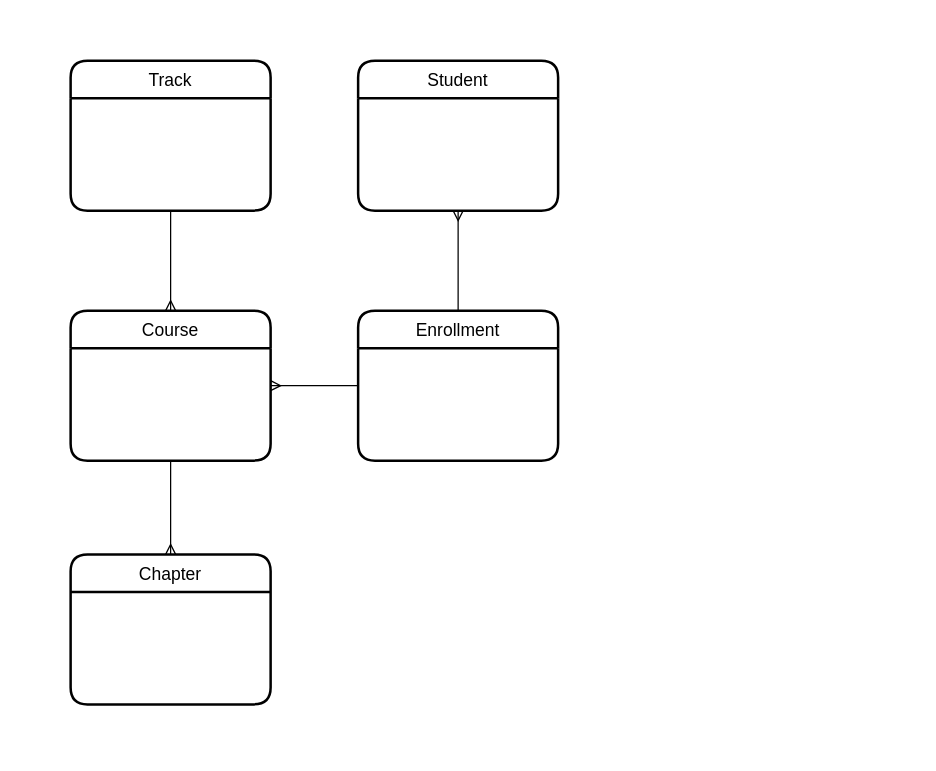
Above: design/erd.drawio in gary-alway/sir-learn-a-lot (draw.io), before the change. Source tidied: cells renumbered, new cells numbered last; positions are measured from the earlier drawing's top-left corner, leaving out a move shared by most shapes. Both pictures are drawn from the tidied source at 125%, with x=0, y=0 at pixel (70, 60).
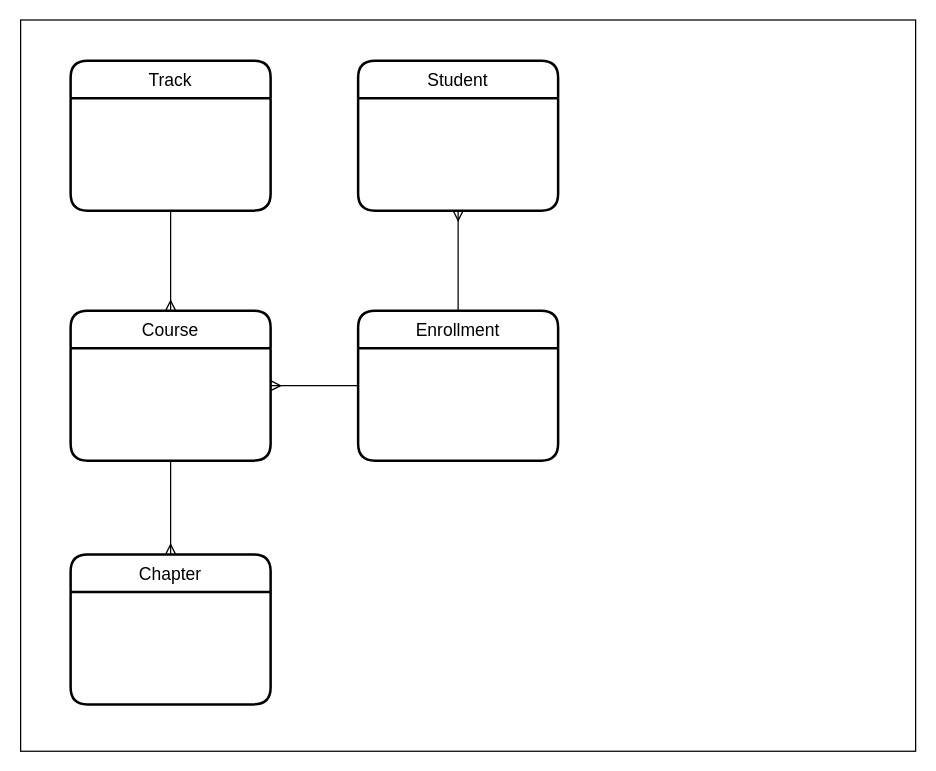
The same diagram, later.

The edit, as a diff of the source:
```diff
@@
 <mxGraphModel background="#ffffff">
   <root>
     <mxCell id="0" />
     <mxCell id="1" parent="0" />
+    <mxCell id="12" style="rounded=0;whiteSpace=wrap;html=1;fillColor=#FFFFFF;" parent="1" vertex="1">
+      <mxGeometry x="-40" y="-32.5" width="716" height="585" as="geometry" />
+    </mxCell>
     <mxCell id="2" style="edgeStyle=orthogonalEdgeStyle;rounded=0;jettySize=auto;html=1;exitX=0.5;exitY=1;exitDx=0;exitDy=0;entryX=0.5;entryY=0;entryDx=0;entryDy=0;startArrow=none;startFill=0;endArrow=ERmany;endFill=0;strokeColor=#000000;" parent="1" edge="1" source="3" target="6">
       <mxGeometry relative="1" as="geometry" />
     </mxCell>
     <mxCell id="3" value="Track" style="swimlane;horizontal=1;startSize=30;rounded=1;fontSize=14;fontStyle=0;strokeWidth=2;shadow=0;dashed=0;align=center;strokeColor=#000000;" parent="1" vertex="1">
       <mxGeometry width="160" height="120" as="geometry" />
     </mxCell>
     <mxCell id="4" style="edgeStyle=orthogonalEdgeStyle;rounded=0;jettySize=auto;html=1;exitX=0.5;exitY=1;exitDx=0;exitDy=0;entryX=0.5;entryY=0;entryDx=0;entryDy=0;startArrow=none;startFill=0;endArrow=ERmany;endFill=0;strokeColor=#000000;" parent="1" edge="1" source="6" target="7">
       <mxGeometry relative="1" as="geometry" />
     </mxCell>
     <mxCell id="5" style="edgeStyle=orthogonalEdgeStyle;rounded=0;jettySize=auto;html=1;exitX=1;exitY=0.5;exitDx=0;exitDy=0;entryX=0;entryY=0.5;entryDx=0;entryDy=0;startArrow=ERmany;startFill=0;endArrow=none;endFill=0;strokeColor=#000000;" parent="1" edge="1" source="6" target="10">
       <mxGeometry relative="1" as="geometry" />
     </mxCell>
     <mxCell id="6" value="Course" style="swimlane;horizontal=1;startSize=30;rounded=1;fontSize=14;fontStyle=0;strokeWidth=2;shadow=0;dashed=0;align=center;strokeColor=#000000;" parent="1" vertex="1">
       <mxGeometry y="200" width="160" height="120" as="geometry" />
     </mxCell>
     <mxCell id="7" value="Chapter" style="swimlane;horizontal=1;startSize=30;rounded=1;fontSize=14;fontStyle=0;strokeWidth=2;shadow=0;dashed=0;align=center;strokeColor=#000000;" parent="1" vertex="1">
       <mxGeometry y="395" width="160" height="120" as="geometry" />
     </mxCell>
     <mxCell id="8" value="Student" style="swimlane;horizontal=1;startSize=30;rounded=1;fontSize=14;fontStyle=0;strokeWidth=2;shadow=0;dashed=0;align=center;strokeColor=#000000;" parent="1" vertex="1">
       <mxGeometry x="230" width="160" height="120" as="geometry" />
     </mxCell>
     <mxCell id="9" style="edgeStyle=orthogonalEdgeStyle;rounded=0;jettySize=auto;html=1;entryX=0.5;entryY=1;entryDx=0;entryDy=0;startArrow=none;startFill=0;endArrow=ERmany;endFill=0;strokeColor=#000000;" parent="1" edge="1" source="10" target="8">
       <mxGeometry relative="1" as="geometry" />
     </mxCell>
     <mxCell id="10" value="Enrollment" style="swimlane;horizontal=1;startSize=30;rounded=1;fontSize=14;fontStyle=0;strokeWidth=2;shadow=0;dashed=0;align=center;strokeColor=#000000;" parent="1" vertex="1">
       <mxGeometry x="230" y="200" width="160" height="120" as="geometry" />
     </mxCell>
     <mxCell id="11" style="edgeStyle=orthogonalEdgeStyle;rounded=0;orthogonalLoop=1;jettySize=auto;html=1;exitX=0.5;exitY=1;exitDx=0;exitDy=0;" parent="1" edge="1">
       <mxGeometry relative="1" as="geometry">
         <mxPoint x="72" y="550" as="sourcePoint" />
         <mxPoint x="72" y="550" as="targetPoint" />
       </mxGeometry>
     </mxCell>
   </root>
 </mxGraphModel>
```
